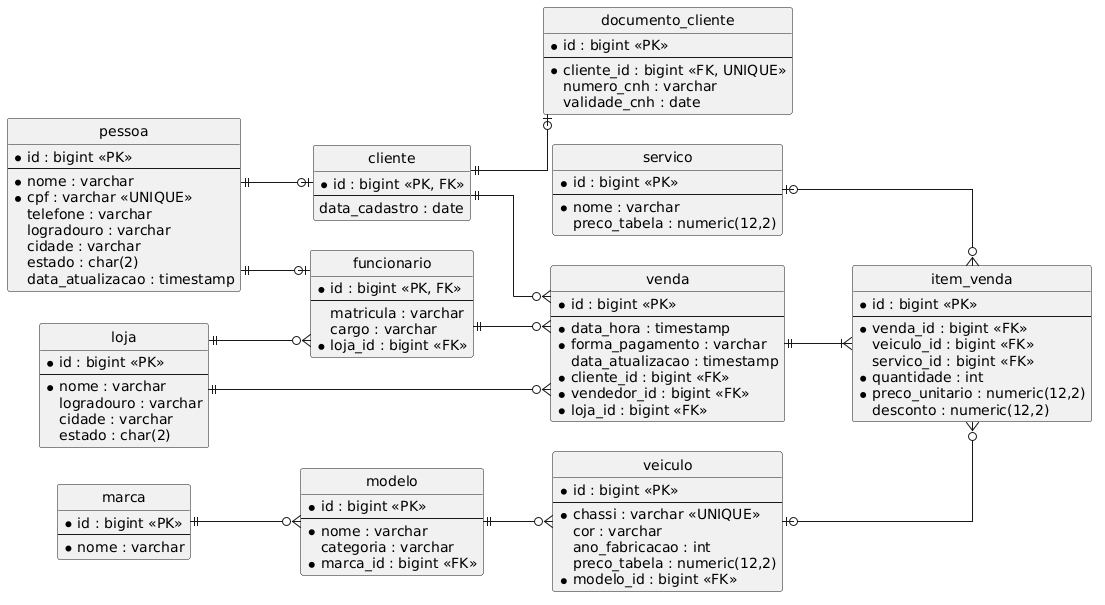
The PlantUML diagram documents/Modelo Relacional OLTP.png in JulioMarinho5/concessionaria-veiculos, before a commit.
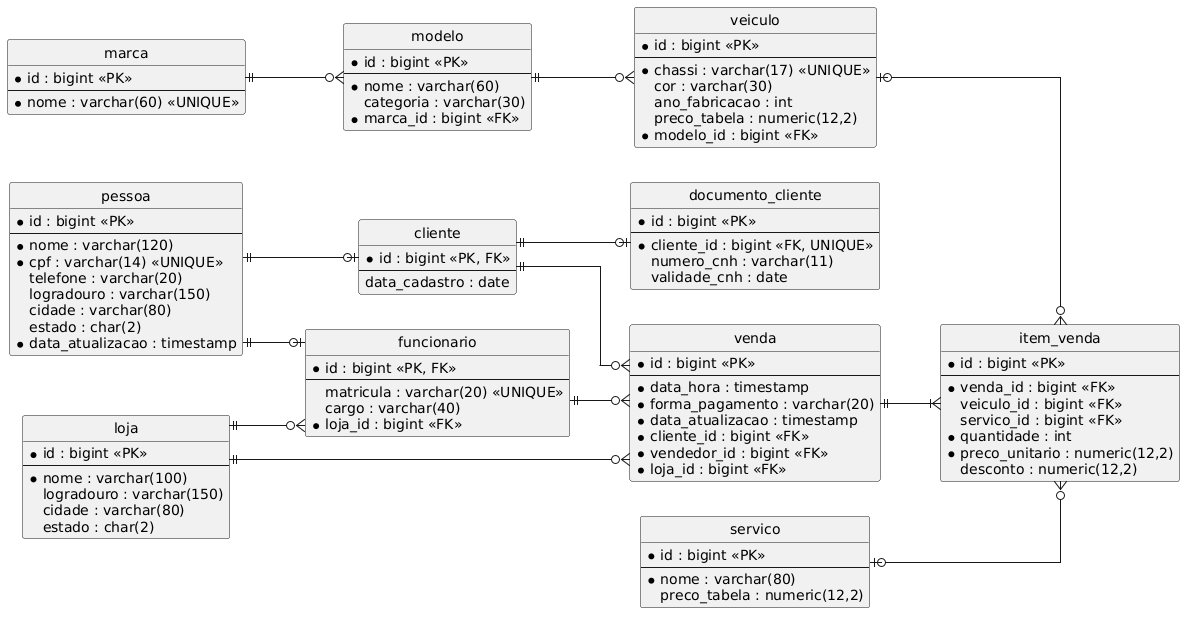
Later version of the same file.

Diff of the diagram source:
```diff
@@ -1,86 +1,94 @@
 @startuml
-left to right direction
 hide circle
 skinparam linetype ortho
-skinparam nodesep 30
-skinparam ranksep 60
+left to right direction
 
-entity pessoa {
+entity "pessoa" as pessoa {
   * id : bigint <<PK>>
   --
-  * nome : varchar
-  * cpf : varchar <<UNIQUE>>
-  telefone : varchar
-  logradouro : varchar
-  cidade : varchar
+  * nome : varchar(120)
+  * cpf : varchar(14) <<UNIQUE>>
+  telefone : varchar(20)
+  logradouro : varchar(150)
+  cidade : varchar(80)
   estado : char(2)
-  data_atualizacao : timestamp
+  * data_atualizacao : timestamp
 }
-entity cliente {
+
+entity "cliente" as cliente {
   * id : bigint <<PK, FK>>
   --
   data_cadastro : date
 }
-entity funcionario {
+
+entity "funcionario" as funcionario {
   * id : bigint <<PK, FK>>
   --
-  matricula : varchar
-  cargo : varchar
+  matricula : varchar(20) <<UNIQUE>>
+  cargo : varchar(40)
   * loja_id : bigint <<FK>>
 }
-entity documento_cliente {
+
+entity "documento_cliente" as documento_cliente {
   * id : bigint <<PK>>
   --
   * cliente_id : bigint <<FK, UNIQUE>>
-  numero_cnh : varchar
+  numero_cnh : varchar(11)
   validade_cnh : date
 }
-entity loja {
+
+entity "loja" as loja {
   * id : bigint <<PK>>
   --
-  * nome : varchar
-  logradouro : varchar
-  cidade : varchar
+  * nome : varchar(100)
+  logradouro : varchar(150)
+  cidade : varchar(80)
   estado : char(2)
 }
-entity marca {
+
+entity "servico" as servico {
   * id : bigint <<PK>>
   --
-  * nome : varchar
+  * nome : varchar(80)
+  preco_tabela : numeric(12,2)
 }
-entity modelo {
+
+entity "marca" as marca {
   * id : bigint <<PK>>
   --
-  * nome : varchar
-  categoria : varchar
+  * nome : varchar(60) <<UNIQUE>>
+}
+
+entity "modelo" as modelo {
+  * id : bigint <<PK>>
+  --
+  * nome : varchar(60)
+  categoria : varchar(30)
   * marca_id : bigint <<FK>>
 }
-entity veiculo {
+
+entity "veiculo" as veiculo {
   * id : bigint <<PK>>
   --
-  * chassi : varchar <<UNIQUE>>
-  cor : varchar
+  * chassi : varchar(17) <<UNIQUE>>
+  cor : varchar(30)
   ano_fabricacao : int
   preco_tabela : numeric(12,2)
   * modelo_id : bigint <<FK>>
 }
-entity servico {
-  * id : bigint <<PK>>
-  --
-  * nome : varchar
-  preco_tabela : numeric(12,2)
-}
-entity venda {
+
+entity "venda" as venda {
   * id : bigint <<PK>>
   --
   * data_hora : timestamp
-  * forma_pagamento : varchar
-  data_atualizacao : timestamp
+  * forma_pagamento : varchar(20)
+  * data_atualizacao : timestamp
   * cliente_id : bigint <<FK>>
   * vendedor_id : bigint <<FK>>
   * loja_id : bigint <<FK>>
 }
-entity item_venda {
+
+entity "item_venda" as item_venda {
   * id : bigint <<PK>>
   --
   * venda_id : bigint <<FK>>
@@ -94,13 +102,13 @@
 pessoa ||--o| cliente
 pessoa ||--o| funcionario
 cliente ||--o| documento_cliente
+loja ||--o{ funcionario
 cliente ||--o{ venda
 funcionario ||--o{ venda
-loja ||--o{ funcionario
 loja ||--o{ venda
 venda ||--|{ item_venda
+servico |o--o{ item_venda
 veiculo |o--o{ item_venda
-servico |o--o{ item_venda
 marca ||--o{ modelo
 modelo ||--o{ veiculo
 @enduml
```
